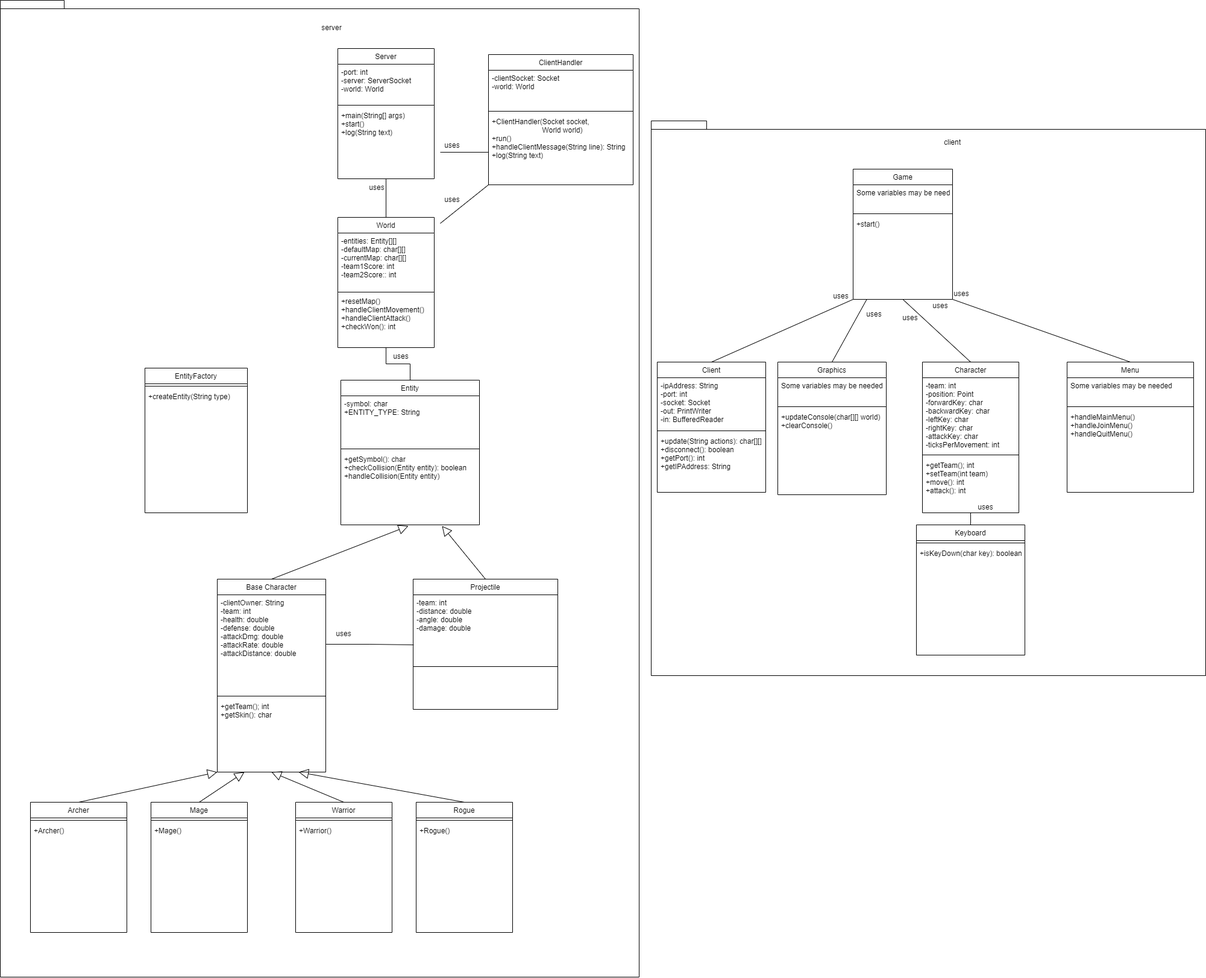
This is Project Diagram.png from TravisHammondCSUS/CSC131Project, a draw.io export, as it was before one commit. Source tidied: cells renumbered, new cells last; positions are measured from the earlier drawing's top-left corner, leaving out a move shared by most shapes.
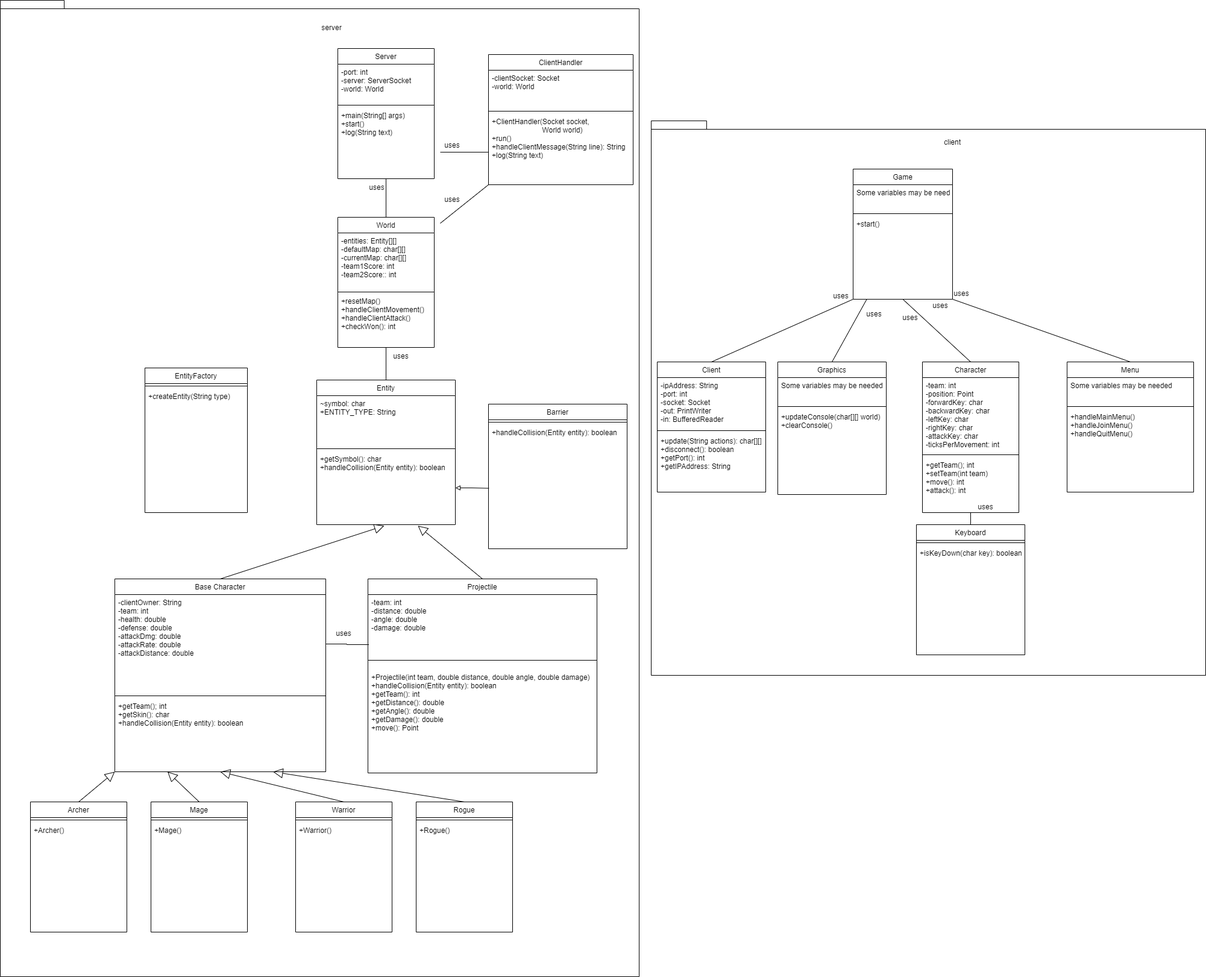
Later version of the same file.

What changed in the source:
```diff
@@ -48,16 +48,16 @@
       <mxGeometry relative="1" as="geometry" />
     </mxCell>
     <mxCell id="17" value="Base Character" style="swimlane;fontStyle=0;align=center;verticalAlign=top;horizontal=1;startSize=26;rounded=0;shadow=0;strokeWidth=1;" parent="1" vertex="1">
-      <mxGeometry x="360" y="960" width="180" height="320" as="geometry" />
+      <mxGeometry x="190" y="960" width="350" height="320" as="geometry" />
     </mxCell>
     <mxCell id="18" value="-clientOwner: String&#10;-team: int&#10;-health: double&#10;-defense: double&#10;-attackDmg: double&#10;-attackRate: double&#10;-attackDistance: double" style="text;align=left;verticalAlign=top;spacingLeft=4;spacingRight=4;overflow=hidden;points=[[0,0.5],[1,0.5]];portConstraint=eastwest;rounded=0;shadow=0;html=0;" parent="17" vertex="1">
-      <mxGeometry y="26" width="180" height="164" as="geometry" />
+      <mxGeometry y="26" width="350" height="164" as="geometry" />
     </mxCell>
     <mxCell id="19" style="line;html=1;strokeWidth=1;align=left;verticalAlign=middle;spacingTop=-1;spacingLeft=3;spacingRight=3;labelPosition=right;" parent="17" vertex="1">
-      <mxGeometry y="190" width="180" height="8" as="geometry" />
+      <mxGeometry y="190" width="350" height="8" as="geometry" />
     </mxCell>
-    <mxCell id="20" value="+getTeam(); int&#10;+getSkin(): char" style="text;align=left;verticalAlign=top;spacingLeft=4;spacingRight=4;overflow=hidden;" parent="17" vertex="1">
-      <mxGeometry y="198" width="180" height="122" as="geometry" />
+    <mxCell id="20" value="+getTeam(); int&#10;+getSkin(): char&#10;+handleCollision(Entity entity): boolean" style="text;align=left;verticalAlign=top;spacingLeft=4;spacingRight=4;overflow=hidden;" parent="17" vertex="1">
+      <mxGeometry y="198" width="350" height="122" as="geometry" />
     </mxCell>
     <mxCell id="21" value="Archer" style="swimlane;fontStyle=0;align=center;verticalAlign=top;horizontal=1;startSize=26;rounded=0;shadow=0;strokeWidth=1;" parent="1" vertex="1">
       <mxGeometry x="50" y="1330" width="160" height="216" as="geometry" />
@@ -99,24 +99,27 @@
       <mxGeometry x="605" y="300" width="40" height="20" as="geometry" />
     </mxCell>
     <mxCell id="34" value="Projectile" style="swimlane;fontStyle=0;align=center;verticalAlign=top;horizontal=1;startSize=26;rounded=0;shadow=0;strokeWidth=1;" parent="1" vertex="1">
-      <mxGeometry x="685" y="960" width="240" height="216" as="geometry" />
+      <mxGeometry x="610" y="960" width="380" height="322" as="geometry" />
     </mxCell>
     <mxCell id="35" value="-team: int&#10;-distance: double&#10;-angle: double&#10;-damage: double" style="text;align=left;verticalAlign=top;spacingLeft=4;spacingRight=4;overflow=hidden;points=[[0,0.5],[1,0.5]];portConstraint=eastwest;rounded=0;shadow=0;html=0;" parent="34" vertex="1">
-      <mxGeometry y="26" width="240" height="94" as="geometry" />
+      <mxGeometry y="26" width="380" height="94" as="geometry" />
     </mxCell>
     <mxCell id="36" style="line;html=1;strokeWidth=1;align=left;verticalAlign=middle;spacingTop=-1;spacingLeft=3;spacingRight=3;labelPosition=right;" parent="34" vertex="1">
-      <mxGeometry y="120" width="240" height="50" as="geometry" />
+      <mxGeometry y="120" width="380" height="30" as="geometry" />
     </mxCell>
+    <mxCell id="94" value="+Projectile(int team, double distance, double angle, double damage) &#10;+handleCollision(Entity entity): boolean&#10;+getTeam(): int&#10;+getDistance(): double&#10;+getAngle(): double&#10;+getDamage(): double&#10;+move(): Point" style="text;align=left;verticalAlign=top;spacingLeft=4;spacingRight=4;overflow=hidden;" parent="34" vertex="1">
+      <mxGeometry y="150" width="380" height="152" as="geometry" />
+    </mxCell>
     <mxCell id="37" value="Entity" style="swimlane;fontStyle=0;align=center;verticalAlign=top;horizontal=1;startSize=26;rounded=0;shadow=0;strokeWidth=1;" parent="1" vertex="1">
-      <mxGeometry x="565" y="630" width="230" height="240" as="geometry" />
+      <mxGeometry x="525" y="630" width="230" height="240" as="geometry" />
     </mxCell>
-    <mxCell id="38" value="-symbol: char&#10;+ENTITY_TYPE: String" style="text;align=left;verticalAlign=top;spacingLeft=4;spacingRight=4;overflow=hidden;rounded=0;shadow=0;html=0;" parent="37" vertex="1">
+    <mxCell id="38" value="~symbol: char&#10;+ENTITY_TYPE: String" style="text;align=left;verticalAlign=top;spacingLeft=4;spacingRight=4;overflow=hidden;rounded=0;shadow=0;html=0;" parent="37" vertex="1">
       <mxGeometry y="26" width="230" height="84" as="geometry" />
     </mxCell>
     <mxCell id="39" style="line;html=1;strokeWidth=1;align=left;verticalAlign=middle;spacingTop=-1;spacingLeft=3;spacingRight=3;labelPosition=right;" parent="37" vertex="1">
       <mxGeometry y="110" width="230" height="8" as="geometry" />
     </mxCell>
-    <mxCell id="40" value="+getSymbol(): char&#10;+checkCollision(Entity entity): boolean&#10;+handleCollision(Entity entity)" style="text;align=left;verticalAlign=top;spacingLeft=4;spacingRight=4;overflow=hidden;points=[[0,0.5],[1,0.5]];portConstraint=eastwest;" parent="37" vertex="1">
+    <mxCell id="40" value="+getSymbol(): char&#10;+handleCollision(Entity entity): boolean" style="text;align=left;verticalAlign=top;spacingLeft=4;spacingRight=4;overflow=hidden;points=[[0,0.5],[1,0.5]];portConstraint=eastwest;" parent="37" vertex="1">
       <mxGeometry y="118" width="230" height="122" as="geometry" />
     </mxCell>
     <mxCell id="41" value="uses" style="text;html=1;strokeColor=none;fillColor=none;align=center;verticalAlign=middle;whiteSpace=wrap;rounded=0;hachureGap=4;" parent="1" vertex="1">
@@ -282,5 +285,17 @@
     <mxCell id="93" value="+resetMap()&#10;+handleClientMovement()&#10;+handleClientAttack()&#10;+checkWon(): int&#10;" style="text;align=left;verticalAlign=top;spacingLeft=4;spacingRight=4;overflow=hidden;rounded=0;shadow=0;html=0;" parent="1" vertex="1">
       <mxGeometry x="560" y="486" width="160" height="80" as="geometry" />
     </mxCell>
+    <mxCell id="95" value="Barrier" style="swimlane;fontStyle=0;align=center;verticalAlign=top;horizontal=1;startSize=26;rounded=0;shadow=0;strokeWidth=1;" parent="1" vertex="1">
+      <mxGeometry x="810" y="670" width="230" height="240" as="geometry" />
+    </mxCell>
+    <mxCell id="96" style="line;html=1;strokeWidth=1;align=left;verticalAlign=middle;spacingTop=-1;spacingLeft=3;spacingRight=3;labelPosition=right;" parent="95" vertex="1">
+      <mxGeometry y="26" width="230" height="8" as="geometry" />
+    </mxCell>
+    <mxCell id="97" value="+handleCollision(Entity entity): boolean" style="text;align=left;verticalAlign=top;spacingLeft=4;spacingRight=4;overflow=hidden;points=[[0,0.5],[1,0.5]];portConstraint=eastwest;" parent="95" vertex="1">
+      <mxGeometry y="34" width="230" height="122" as="geometry" />
+    </mxCell>
+    <mxCell id="98" style="edgeStyle=orthogonalEdgeStyle;rounded=0;jettySize=auto;html=1;entryX=0.003;entryY=0.866;entryDx=0;entryDy=0;entryPerimeter=0;endArrow=none;endFill=0;startArrow=block;startFill=0;" parent="1" edge="1" source="40" target="97">
+      <mxGeometry relative="1" as="geometry" />
+    </mxCell>
   </root>
 </mxGraphModel>
```
